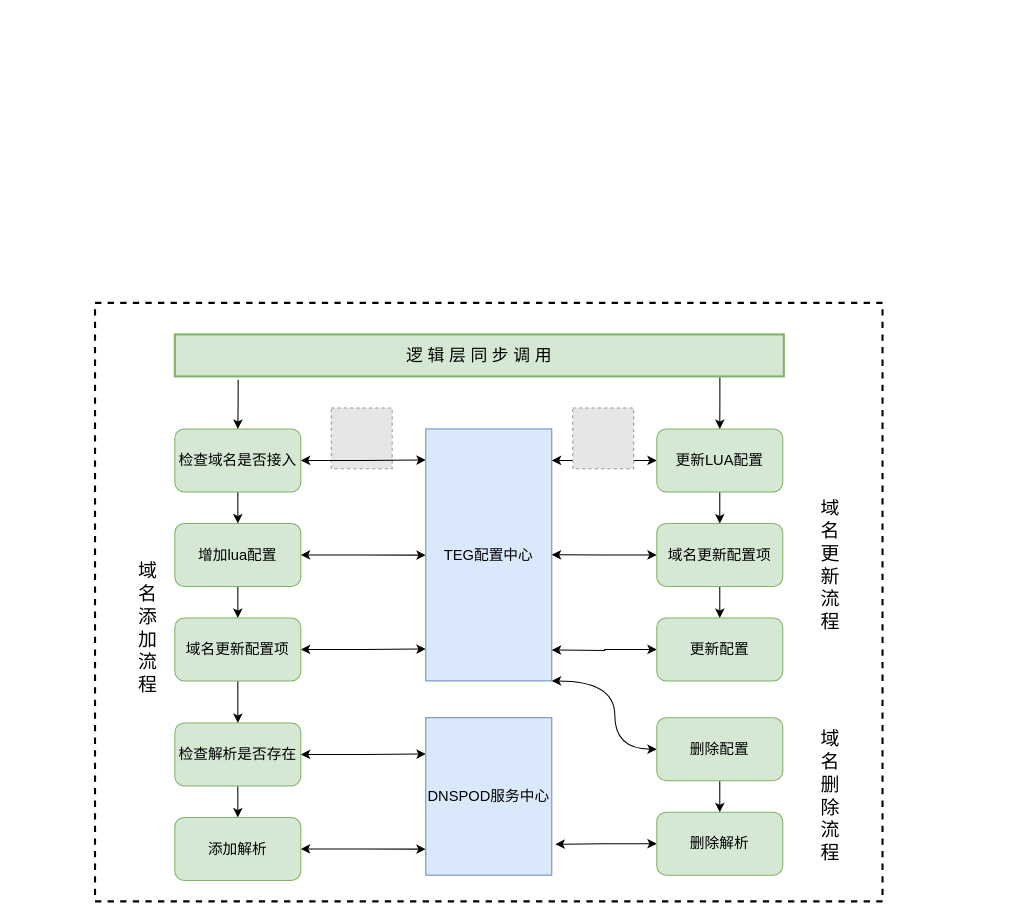
Before: page "Page-9" (9 of 10) of tcb.drawio in wwCrazy/resume, a draw.io diagram. Source tidied: cells renumbered, new cells numbered last; positions are measured from the earlier drawing's top-left corner, leaving out a move shared by most shapes. Both pictures are drawn from the tidied source at 105%, with x=0, y=0 at pixel (94, 302). Pictures stored in the file or linked from it are replaced by grey dashed boxes.
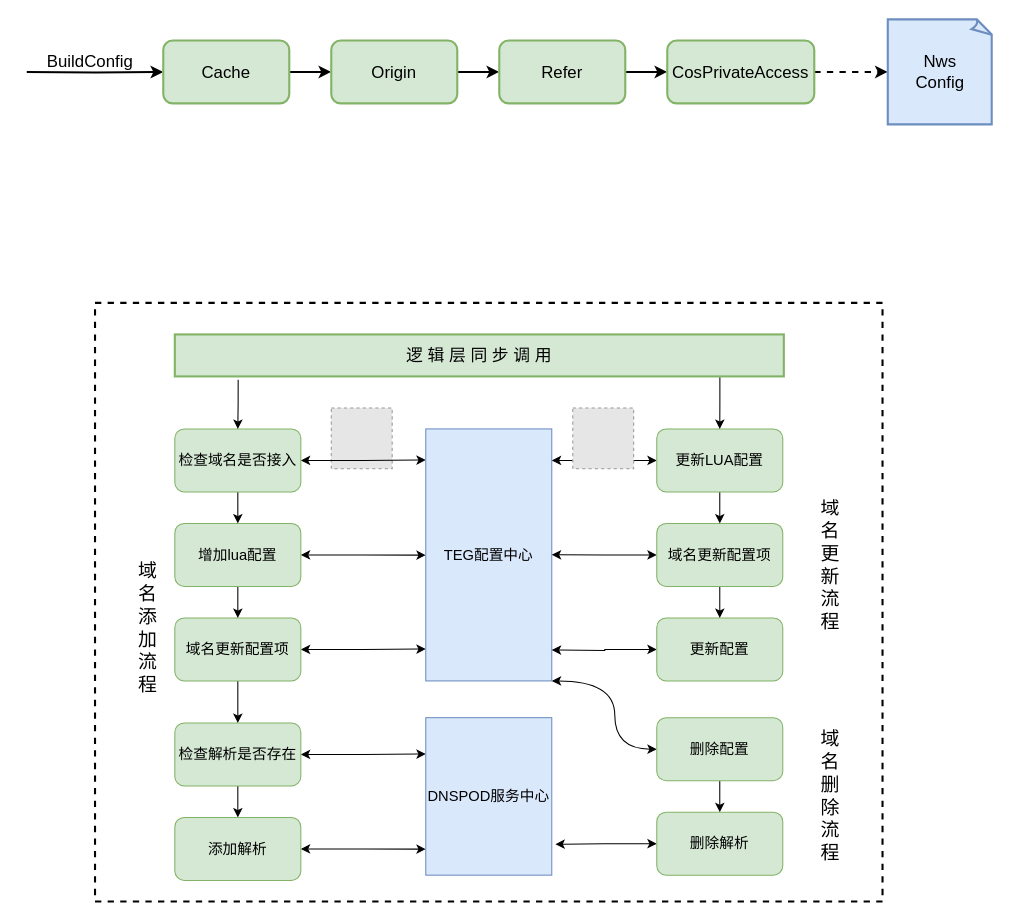
The same diagram, later.

Change to the diagram source:
```diff
@@
+    <mxCell id="40" style="edgeStyle=orthogonalEdgeStyle;rounded=0;jettySize=auto;html=1;startArrow=none;startFill=0;fontSize=16;strokeWidth=2;" parent="1" edge="1" source="42" target="44">
+      <mxGeometry relative="1" as="geometry" />
+    </mxCell>
+    <mxCell id="41" style="edgeStyle=orthogonalEdgeStyle;rounded=0;jettySize=auto;html=1;startArrow=none;startFill=0;strokeWidth=2;fontSize=16;entryX=0;entryY=0.5;entryDx=0;entryDy=0;" parent="1" edge="1" target="42">
+      <mxGeometry relative="1" as="geometry">
+        <mxPoint x="-65" y="-220" as="sourcePoint" />
+      </mxGeometry>
+    </mxCell>
+    <mxCell id="42" value="Cache" style="rounded=1;whiteSpace=wrap;html=1;strokeWidth=2;fontSize=16;fillColor=#d5e8d4;strokeColor=#82b366;" parent="1" vertex="1">
+      <mxGeometry x="65" y="-250" width="120" height="60" as="geometry" />
+    </mxCell>
+    <mxCell id="43" style="edgeStyle=orthogonalEdgeStyle;rounded=0;jettySize=auto;html=1;startArrow=none;startFill=0;fontSize=16;strokeWidth=2;" parent="1" edge="1" source="44" target="46">
+      <mxGeometry relative="1" as="geometry" />
+    </mxCell>
+    <mxCell id="44" value="Origin" style="rounded=1;whiteSpace=wrap;html=1;strokeWidth=2;fontSize=16;fillColor=#d5e8d4;strokeColor=#82b366;" parent="1" vertex="1">
+      <mxGeometry x="225" y="-250" width="120" height="60" as="geometry" />
+    </mxCell>
+    <mxCell id="45" style="edgeStyle=orthogonalEdgeStyle;rounded=0;jettySize=auto;html=1;startArrow=none;startFill=0;fontSize=16;strokeWidth=2;" parent="1" edge="1" source="46" target="48">
+      <mxGeometry relative="1" as="geometry" />
+    </mxCell>
+    <mxCell id="46" value="Refer" style="rounded=1;whiteSpace=wrap;html=1;strokeWidth=2;fontSize=16;fillColor=#d5e8d4;strokeColor=#82b366;" parent="1" vertex="1">
+      <mxGeometry x="385" y="-250" width="120" height="60" as="geometry" />
+    </mxCell>
+    <mxCell id="47" style="edgeStyle=orthogonalEdgeStyle;rounded=0;jettySize=auto;html=1;startArrow=none;startFill=0;fontSize=16;dashed=1;strokeWidth=2;" parent="1" edge="1" source="48" target="49">
+      <mxGeometry relative="1" as="geometry" />
+    </mxCell>
+    <mxCell id="48" value="CosPrivateAccess" style="rounded=1;whiteSpace=wrap;html=1;strokeWidth=2;fontSize=16;fillColor=#d5e8d4;strokeColor=#82b366;" parent="1" vertex="1">
+      <mxGeometry x="545" y="-250" width="140" height="60" as="geometry" />
+    </mxCell>
+    <mxCell id="49" value="Nws&lt;br&gt;Config" style="whiteSpace=wrap;html=1;shape=mxgraph.basic.document;strokeWidth=2;fontSize=16;fillColor=#dae8fc;strokeColor=#6c8ebf;" parent="1" vertex="1">
+      <mxGeometry x="755" y="-270" width="100" height="100" as="geometry" />
+    </mxCell>
+    <mxCell id="50" value="BuildConfig" style="text;html=1;align=center;verticalAlign=middle;fillColor=none;strokeColor=none;rounded=0;fontSize=16;" parent="1" vertex="1">
+      <mxGeometry x="-55" y="-240" width="100" height="20" as="geometry" />
+    </mxCell>
```
